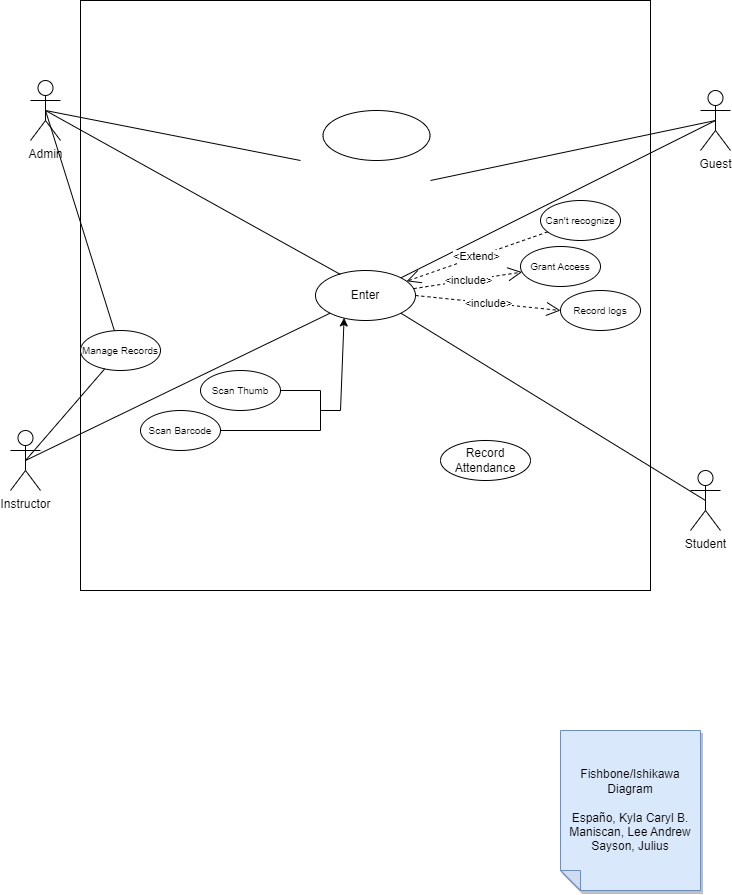
kaisunoo/Acads keeps this draw.io diagram as UseCaseDiagram.drawio.png. Above is the earlier version. Source tidied: cells renumbered, new cells last; positions are measured from the earlier drawing's top-left corner, leaving out a move shared by most shapes.
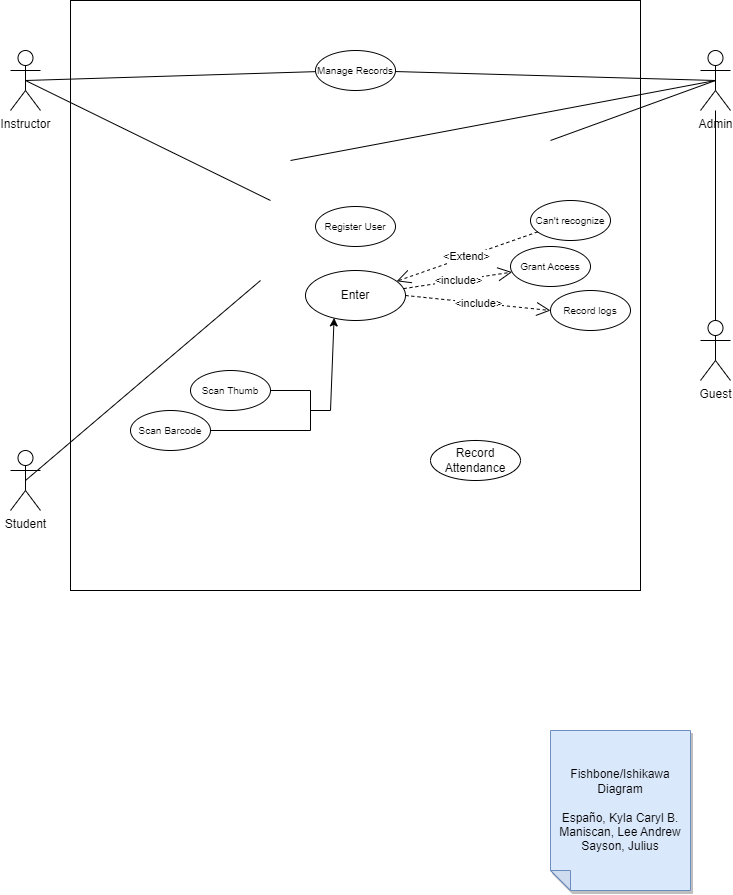
After the change.

Change to the diagram source:
```diff
@@ -6,16 +6,16 @@
       <mxGeometry x="70" width="570" height="590" as="geometry" />
     </mxCell>
     <mxCell id="3" value="Student" style="shape=umlActor;verticalLabelPosition=bottom;verticalAlign=top;html=1;outlineConnect=0;" parent="1" vertex="1">
-      <mxGeometry x="680" y="470" width="30" height="60" as="geometry" />
+      <mxGeometry x="10" y="450" width="30" height="60" as="geometry" />
     </mxCell>
     <mxCell id="4" value="Admin" style="shape=umlActor;verticalLabelPosition=bottom;verticalAlign=top;html=1;outlineConnect=0;" parent="1" vertex="1">
-      <mxGeometry x="20" y="80" width="30" height="60" as="geometry" />
+      <mxGeometry x="700" y="50" width="30" height="60" as="geometry" />
     </mxCell>
     <mxCell id="5" value="Instructor&lt;br&gt;" style="shape=umlActor;verticalLabelPosition=bottom;verticalAlign=top;html=1;outlineConnect=0;" parent="1" vertex="1">
-      <mxGeometry y="430" width="30" height="60" as="geometry" />
+      <mxGeometry x="10" y="50" width="30" height="60" as="geometry" />
     </mxCell>
     <mxCell id="6" value="Guest" style="shape=umlActor;verticalLabelPosition=bottom;verticalAlign=top;html=1;outlineConnect=0;" parent="1" vertex="1">
-      <mxGeometry x="690" y="90" width="30" height="60" as="geometry" />
+      <mxGeometry x="700" y="320" width="30" height="60" as="geometry" />
     </mxCell>
     <mxCell id="7" value="Enter" style="ellipse;whiteSpace=wrap;html=1;" parent="1" vertex="1">
       <mxGeometry x="305" y="270" width="100" height="50" as="geometry" />
@@ -50,18 +50,21 @@
         </Array>
       </mxGeometry>
     </mxCell>
-    <mxCell id="14" style="endArrow=none;html=1;rounded=0;exitX=0.25;exitY=0.08;exitDx=0;exitDy=0;exitPerimeter=0;entryX=0.5;entryY=0.5;entryDx=0;entryDy=0;entryPerimeter=0;" parent="1" edge="1" source="7" target="4">
-      <mxGeometry relative="1" as="geometry" />
+    <mxCell id="14" style="endArrow=none;html=1;rounded=0;entryX=0.5;entryY=0.5;entryDx=0;entryDy=0;entryPerimeter=0;" parent="1" edge="1" target="4">
+      <mxGeometry relative="1" as="geometry">
+        <mxPoint x="550" y="140" as="sourcePoint" />
+      </mxGeometry>
     </mxCell>
-    <mxCell id="15" style="endArrow=none;html=1;rounded=0;exitX=0.5;exitY=0.5;exitDx=0;exitDy=0;exitPerimeter=0;entryX=0;entryY=1;entryDx=0;entryDy=0;" parent="1" edge="1" source="5" target="7">
-      <mxGeometry relative="1" as="geometry" />
+    <mxCell id="15" style="endArrow=none;html=1;rounded=0;exitX=0.5;exitY=0.5;exitDx=0;exitDy=0;exitPerimeter=0;" parent="1" edge="1" source="5">
+      <mxGeometry relative="1" as="geometry">
+        <mxPoint x="270" y="200" as="targetPoint" />
+      </mxGeometry>
     </mxCell>
-    <mxCell id="16" style="endArrow=none;html=1;rounded=0;entryX=0.5;entryY=0.5;entryDx=0;entryDy=0;entryPerimeter=0;exitX=1;exitY=1;exitDx=0;exitDy=0;" parent="1" edge="1" source="7" target="3">
-      <mxGeometry relative="1" as="geometry" />
+    <mxCell id="16" style="endArrow=none;html=1;rounded=0;entryX=0.5;entryY=0.5;entryDx=0;entryDy=0;entryPerimeter=0;" parent="1" edge="1" target="3">
+      <mxGeometry relative="1" as="geometry">
+        <mxPoint x="260" y="280" as="sourcePoint" />
+      </mxGeometry>
     </mxCell>
-    <mxCell id="17" style="endArrow=none;html=1;rounded=0;entryX=0.5;entryY=0.5;entryDx=0;entryDy=0;entryPerimeter=0;" parent="1" edge="1" source="7" target="6">
-      <mxGeometry relative="1" as="geometry" />
-    </mxCell>
     <mxCell id="18" value="Record Attendance" style="ellipse;whiteSpace=wrap;html=1;" parent="1" vertex="1">
       <mxGeometry x="430" y="440" width="90" height="40" as="geometry" />
     </mxCell>
@@ -73,11 +76,6 @@
         <mxPoint x="290" y="160" as="targetPoint" />
       </mxGeometry>
     </mxCell>
-    <mxCell id="21" style="endArrow=none;html=1;rounded=0;entryX=0.5;entryY=0.5;entryDx=0;entryDy=0;entryPerimeter=0;" parent="1" edge="1" target="6">
-      <mxGeometry relative="1" as="geometry">
-        <mxPoint x="420" y="180" as="sourcePoint" />
-      </mxGeometry>
-    </mxCell>
     <mxCell id="22" value="&lt;font style=&quot;font-size: 10px;&quot;&gt;Can't recognize&lt;/font&gt;" style="ellipse;whiteSpace=wrap;html=1;" parent="1" vertex="1">
       <mxGeometry x="530" y="200" width="80" height="40" as="geometry" />
     </mxCell>
@@ -85,13 +83,13 @@
       <mxGeometry relative="1" as="geometry" />
     </mxCell>
     <mxCell id="24" value="&lt;font style=&quot;font-size: 10px;&quot;&gt;Manage Records&lt;/font&gt;" style="ellipse;whiteSpace=wrap;html=1;" parent="1" vertex="1">
-      <mxGeometry x="70" y="330" width="80" height="40" as="geometry" />
+      <mxGeometry x="315" y="50" width="80" height="40" as="geometry" />
     </mxCell>
     <mxCell id="25" style="endArrow=none;html=1;rounded=0;exitX=0.5;exitY=0.5;exitDx=0;exitDy=0;exitPerimeter=0;" parent="1" edge="1" source="5" target="24">
       <mxGeometry relative="1" as="geometry" />
     </mxCell>
-    <mxCell id="26" style="ellipse;whiteSpace=wrap;html=1;" parent="1" vertex="1">
-      <mxGeometry x="312.5" y="110" width="107" height="50" as="geometry" />
+    <mxCell id="26" value="&lt;font style=&quot;font-size: 10px;&quot;&gt;Register User&lt;/font&gt;" style="ellipse;whiteSpace=wrap;html=1;" parent="1" vertex="1">
+      <mxGeometry x="315" y="206" width="80" height="40" as="geometry" />
     </mxCell>
     <mxCell id="27" style="endArrow=none;html=1;rounded=0;exitX=0.5;exitY=0.5;exitDx=0;exitDy=0;exitPerimeter=0;" parent="1" edge="1" source="4" target="24">
       <mxGeometry relative="1" as="geometry" />
@@ -108,5 +106,8 @@
     <mxCell id="31" value="&amp;lt;include&amp;gt;" style="endArrow=open;endSize=12;dashed=1;html=1;rounded=0;entryX=0;entryY=0.5;entryDx=0;entryDy=0;exitX=1;exitY=0.5;exitDx=0;exitDy=0;" parent="1" edge="1" source="7" target="19">
       <mxGeometry relative="1" as="geometry" />
     </mxCell>
+    <mxCell id="32" style="endArrow=none;html=1;rounded=0;exitX=0.5;exitY=0;exitDx=0;exitDy=0;exitPerimeter=0;" parent="1" edge="1" source="6" target="4">
+      <mxGeometry relative="1" as="geometry" />
+    </mxCell>
   </root>
 </mxGraphModel>
```
